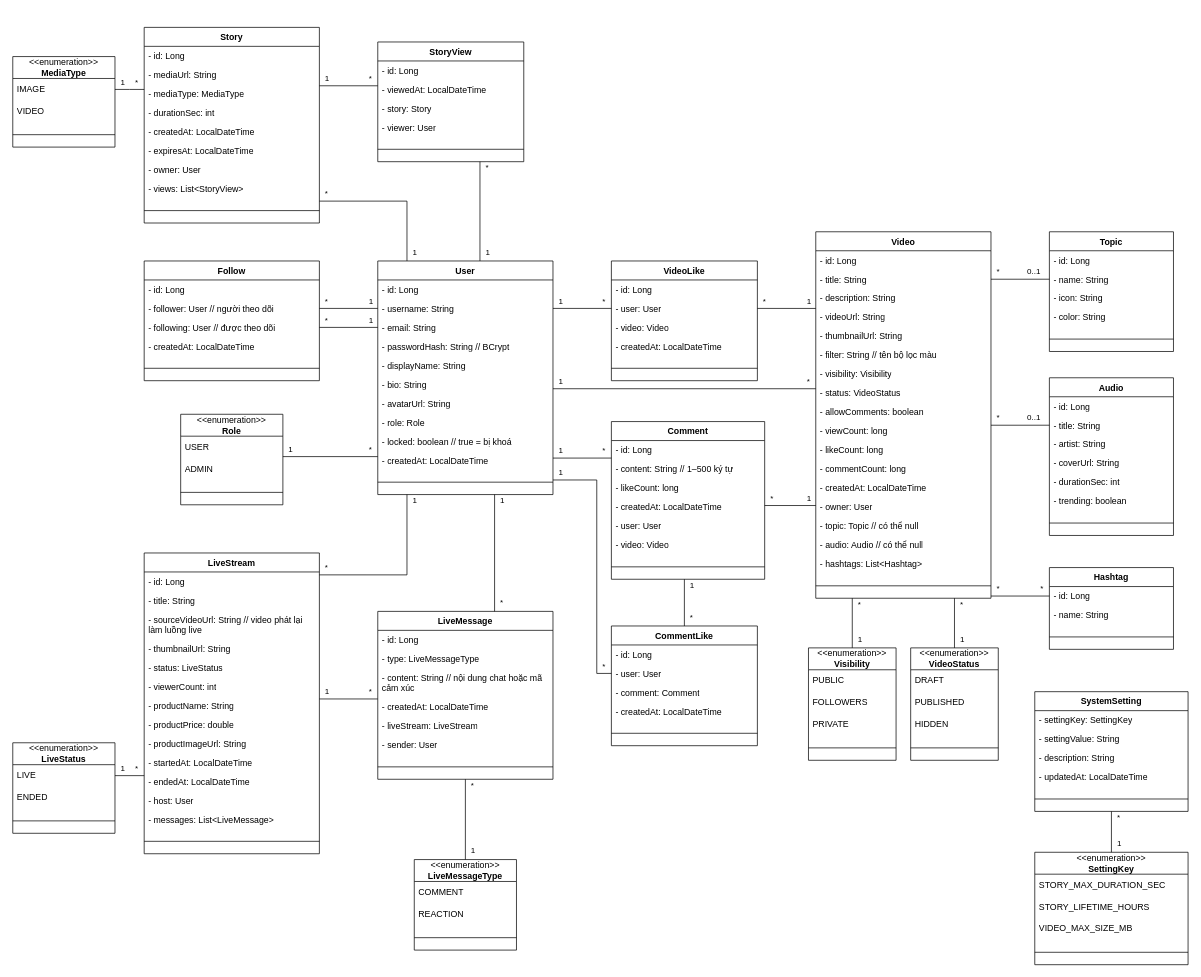
khanh2925/video-sharing-app keeps this draw.io diagram as docs/uml/02_class_domain.drawio. Above is the earlier version. Source tidied: cells renumbered, new cells numbered last; positions are measured from the earlier drawing's top-left corner, leaving out a move shared by most shapes. Both pictures are drawn from the tidied source at 73%, with x=0, y=0 at pixel (12, 27).
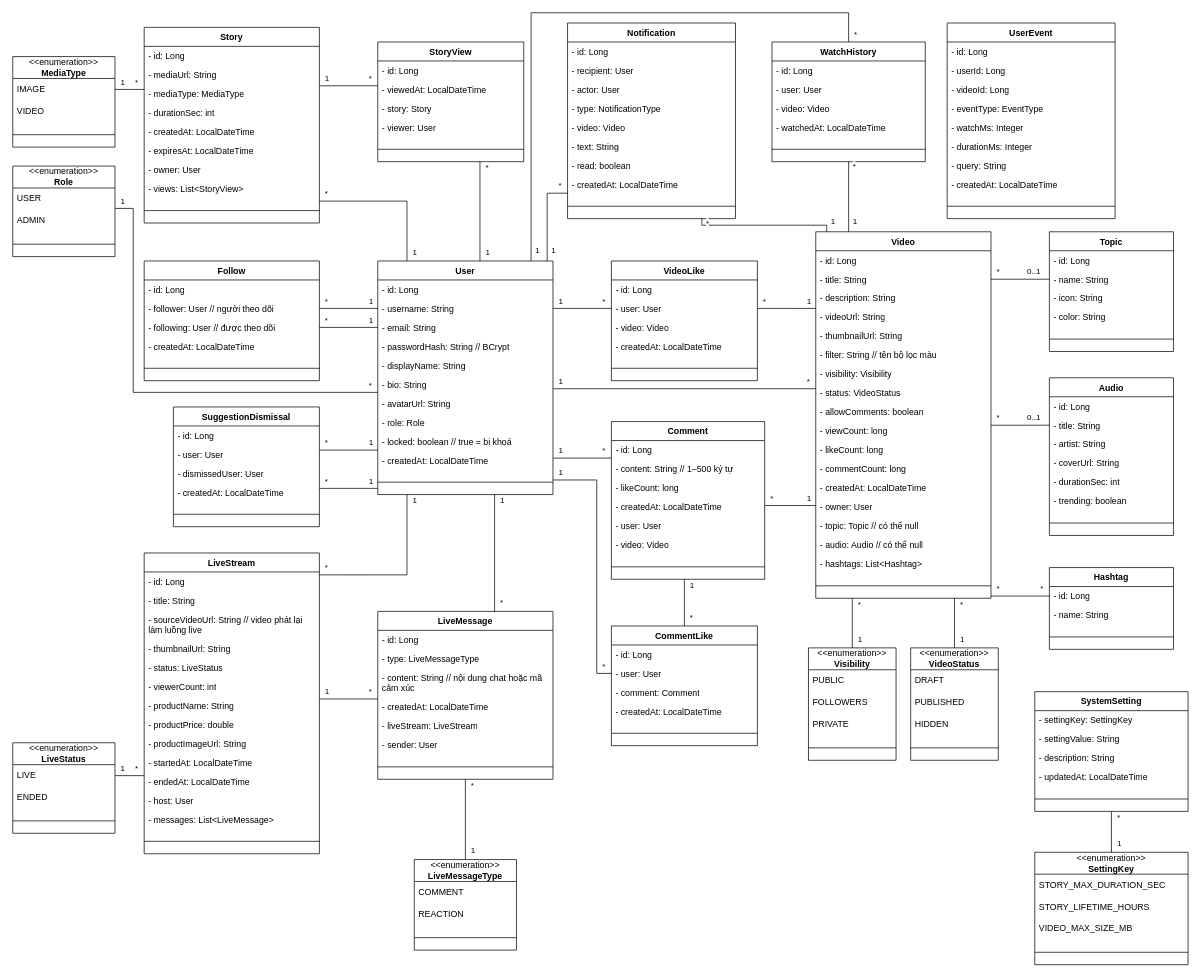
Above is the later version.

Unchanged cells that the change refers to:
```xml
<mxCell id="22" value="User" style="swimlane;fontStyle=1;align=center;verticalAlign=top;horizontal=1;startSize=26;whiteSpace=wrap;html=1;" parent="1" vertex="1">
  <mxGeometry x="500" y="320" width="240" height="320" as="geometry" />
</mxCell>
<mxCell id="64" value="Video" style="swimlane;fontStyle=1;align=center;verticalAlign=top;horizontal=1;startSize=26;whiteSpace=wrap;html=1;" parent="1" vertex="1">
  <mxGeometry x="1100" y="280" width="240" height="502" as="geometry" />
</mxCell>
```

What changed in the source:
```diff
@@
     <mxCell id="40" value="&amp;lt;&amp;lt;enumeration&amp;gt;&amp;gt;&lt;div&gt;&lt;b&gt;Role&lt;/b&gt;&lt;/div&gt;" style="swimlane;fontStyle=0;horizontal=1;startSize=30;whiteSpace=wrap;html=1;" parent="1" vertex="1">
-      <mxGeometry x="230" y="530" width="140" height="124" as="geometry" />
+      <mxGeometry y="190" width="140" height="124" as="geometry" />
     </mxCell>
@@
-    <mxCell id="171" style="endArrow=none;html=1;edgeStyle=orthogonalEdgeStyle;rounded=0;exitX=0.0;exitY=0.8375;exitDx=0;exitDy=0;entryX=1.0;entryY=0.4677;entryDx=0;entryDy=0;" parent="1" edge="1" source="22" target="40">
-      <mxGeometry relative="1" as="geometry" />
+    <mxCell id="171" style="endArrow=none;html=1;edgeStyle=orthogonalEdgeStyle;rounded=0;exitX=0.0;exitY=0.5625;exitDx=0;exitDy=0;entryX=1.0;entryY=0.4677;entryDx=0;entryDy=0;" parent="1" edge="1" source="22" target="40">
+      <mxGeometry relative="1" as="geometry">
+        <Array as="points">
+          <mxPoint x="165" y="500" />
+          <mxPoint x="165" y="248" />
+        </Array>
+      </mxGeometry>
     </mxCell>
@@
+    <mxCell id="228" value="Notification" style="swimlane;fontStyle=1;align=center;verticalAlign=top;horizontal=1;startSize=26;whiteSpace=wrap;html=1;" parent="1" vertex="1">
+      <mxGeometry x="760" y="-6" width="230" height="268" as="geometry" />
+    </mxCell>
+    <mxCell id="229" value="- id: Long" style="text;strokeColor=none;fillColor=none;align=left;verticalAlign=top;spacingLeft=4;spacingRight=4;overflow=hidden;whiteSpace=wrap;html=1;" parent="228" vertex="1">
+      <mxGeometry y="26" width="230" height="26" as="geometry" />
+    </mxCell>
+    <mxCell id="230" value="- recipient: User" style="text;strokeColor=none;fillColor=none;align=left;verticalAlign=top;spacingLeft=4;spacingRight=4;overflow=hidden;whiteSpace=wrap;html=1;" parent="228" vertex="1">
+      <mxGeometry y="52" width="230" height="26" as="geometry" />
+    </mxCell>
+    <mxCell id="231" value="- actor: User" style="text;strokeColor=none;fillColor=none;align=left;verticalAlign=top;spacingLeft=4;spacingRight=4;overflow=hidden;whiteSpace=wrap;html=1;" parent="228" vertex="1">
+      <mxGeometry y="78" width="230" height="26" as="geometry" />
+    </mxCell>
+    <mxCell id="232" value="- type: NotificationType" style="text;strokeColor=none;fillColor=none;align=left;verticalAlign=top;spacingLeft=4;spacingRight=4;overflow=hidden;whiteSpace=wrap;html=1;" parent="228" vertex="1">
+      <mxGeometry y="104" width="230" height="26" as="geometry" />
+    </mxCell>
+    <mxCell id="233" value="- video: Video" style="text;strokeColor=none;fillColor=none;align=left;verticalAlign=top;spacingLeft=4;spacingRight=4;overflow=hidden;whiteSpace=wrap;html=1;" parent="228" vertex="1">
+      <mxGeometry y="130" width="230" height="26" as="geometry" />
+    </mxCell>
+    <mxCell id="234" value="- text: String" style="text;strokeColor=none;fillColor=none;align=left;verticalAlign=top;spacingLeft=4;spacingRight=4;overflow=hidden;whiteSpace=wrap;html=1;" parent="228" vertex="1">
+      <mxGeometry y="156" width="230" height="26" as="geometry" />
+    </mxCell>
+    <mxCell id="235" value="- read: boolean" style="text;strokeColor=none;fillColor=none;align=left;verticalAlign=top;spacingLeft=4;spacingRight=4;overflow=hidden;whiteSpace=wrap;html=1;" parent="228" vertex="1">
+      <mxGeometry y="182" width="230" height="26" as="geometry" />
+    </mxCell>
+    <mxCell id="236" value="- createdAt: LocalDateTime" style="text;strokeColor=none;fillColor=none;align=left;verticalAlign=top;spacingLeft=4;spacingRight=4;overflow=hidden;whiteSpace=wrap;html=1;" parent="228" vertex="1">
+      <mxGeometry y="208" width="230" height="26" as="geometry" />
+    </mxCell>
+    <mxCell id="237" style="line;strokeWidth=1;fillColor=none;align=left;verticalAlign=middle;spacingTop=-1;spacingLeft=3;spacingRight=3;labelPosition=right;strokeColor=inherit;" parent="228" vertex="1">
+      <mxGeometry y="234" width="230" height="34" as="geometry" />
+    </mxCell>
+    <mxCell id="238" value="WatchHistory" style="swimlane;fontStyle=1;align=center;verticalAlign=top;horizontal=1;startSize=26;whiteSpace=wrap;html=1;" parent="1" vertex="1">
+      <mxGeometry x="1040" y="20" width="210" height="164" as="geometry" />
+    </mxCell>
+    <mxCell id="239" value="- id: Long" style="text;strokeColor=none;fillColor=none;align=left;verticalAlign=top;spacingLeft=4;spacingRight=4;overflow=hidden;whiteSpace=wrap;html=1;" parent="238" vertex="1">
+      <mxGeometry y="26" width="210" height="26" as="geometry" />
+    </mxCell>
+    <mxCell id="240" value="- user: User" style="text;strokeColor=none;fillColor=none;align=left;verticalAlign=top;spacingLeft=4;spacingRight=4;overflow=hidden;whiteSpace=wrap;html=1;" parent="238" vertex="1">
+      <mxGeometry y="52" width="210" height="26" as="geometry" />
+    </mxCell>
+    <mxCell id="241" value="- video: Video" style="text;strokeColor=none;fillColor=none;align=left;verticalAlign=top;spacingLeft=4;spacingRight=4;overflow=hidden;whiteSpace=wrap;html=1;" parent="238" vertex="1">
+      <mxGeometry y="78" width="210" height="26" as="geometry" />
+    </mxCell>
+    <mxCell id="242" value="- watchedAt: LocalDateTime" style="text;strokeColor=none;fillColor=none;align=left;verticalAlign=top;spacingLeft=4;spacingRight=4;overflow=hidden;whiteSpace=wrap;html=1;" parent="238" vertex="1">
+      <mxGeometry y="104" width="210" height="26" as="geometry" />
+    </mxCell>
+    <mxCell id="243" style="line;strokeWidth=1;fillColor=none;align=left;verticalAlign=middle;spacingTop=-1;spacingLeft=3;spacingRight=3;labelPosition=right;strokeColor=inherit;" parent="238" vertex="1">
+      <mxGeometry y="130" width="210" height="34" as="geometry" />
+    </mxCell>
+    <mxCell id="244" value="UserEvent" style="swimlane;fontStyle=1;align=center;verticalAlign=top;horizontal=1;startSize=26;whiteSpace=wrap;html=1;" parent="1" vertex="1">
+      <mxGeometry x="1280" y="-6" width="230" height="268" as="geometry" />
+    </mxCell>
+    <mxCell id="245" value="- id: Long" style="text;strokeColor=none;fillColor=none;align=left;verticalAlign=top;spacingLeft=4;spacingRight=4;overflow=hidden;whiteSpace=wrap;html=1;" parent="244" vertex="1">
+      <mxGeometry y="26" width="230" height="26" as="geometry" />
+    </mxCell>
+    <mxCell id="246" value="- userId: Long" style="text;strokeColor=none;fillColor=none;align=left;verticalAlign=top;spacingLeft=4;spacingRight=4;overflow=hidden;whiteSpace=wrap;html=1;" parent="244" vertex="1">
+      <mxGeometry y="52" width="230" height="26" as="geometry" />
+    </mxCell>
+    <mxCell id="247" value="- videoId: Long" style="text;strokeColor=none;fillColor=none;align=left;verticalAlign=top;spacingLeft=4;spacingRight=4;overflow=hidden;whiteSpace=wrap;html=1;" parent="244" vertex="1">
+      <mxGeometry y="78" width="230" height="26" as="geometry" />
+    </mxCell>
+    <mxCell id="248" value="- eventType: EventType" style="text;strokeColor=none;fillColor=none;align=left;verticalAlign=top;spacingLeft=4;spacingRight=4;overflow=hidden;whiteSpace=wrap;html=1;" parent="244" vertex="1">
+      <mxGeometry y="104" width="230" height="26" as="geometry" />
+    </mxCell>
+    <mxCell id="249" value="- watchMs: Integer" style="text;strokeColor=none;fillColor=none;align=left;verticalAlign=top;spacingLeft=4;spacingRight=4;overflow=hidden;whiteSpace=wrap;html=1;" parent="244" vertex="1">
+      <mxGeometry y="130" width="230" height="26" as="geometry" />
+    </mxCell>
+    <mxCell id="250" value="- durationMs: Integer" style="text;strokeColor=none;fillColor=none;align=left;verticalAlign=top;spacingLeft=4;spacingRight=4;overflow=hidden;whiteSpace=wrap;html=1;" parent="244" vertex="1">
+      <mxGeometry y="156" width="230" height="26" as="geometry" />
+    </mxCell>
+    <mxCell id="251" value="- query: String" style="text;strokeColor=none;fillColor=none;align=left;verticalAlign=top;spacingLeft=4;spacingRight=4;overflow=hidden;whiteSpace=wrap;html=1;" parent="244" vertex="1">
+      <mxGeometry y="182" width="230" height="26" as="geometry" />
+    </mxCell>
+    <mxCell id="252" value="- createdAt: LocalDateTime" style="text;strokeColor=none;fillColor=none;align=left;verticalAlign=top;spacingLeft=4;spacingRight=4;overflow=hidden;whiteSpace=wrap;html=1;" parent="244" vertex="1">
+      <mxGeometry y="208" width="230" height="26" as="geometry" />
+    </mxCell>
+    <mxCell id="253" style="line;strokeWidth=1;fillColor=none;align=left;verticalAlign=middle;spacingTop=-1;spacingLeft=3;spacingRight=3;labelPosition=right;strokeColor=inherit;" parent="244" vertex="1">
+      <mxGeometry y="234" width="230" height="34" as="geometry" />
+    </mxCell>
+    <mxCell id="254" style="endArrow=none;html=1;edgeStyle=orthogonalEdgeStyle;rounded=0;exitX=0;exitY=0.87;exitDx=0;exitDy=0;entryX=0.9667;entryY=0;entryDx=0;entryDy=0;" parent="1" edge="1" source="228" target="22">
+      <mxGeometry relative="1" as="geometry">
+        <Array as="points">
+          <mxPoint x="732" y="227" />
+        </Array>
+      </mxGeometry>
+    </mxCell>
+    <mxCell id="255" style="endArrow=none;html=1;edgeStyle=orthogonalEdgeStyle;rounded=0;exitX=0.8;exitY=1;exitDx=0;exitDy=0;entryX=0.0625;entryY=0;entryDx=0;entryDy=0;" parent="1" edge="1" source="228" target="64">
+      <mxGeometry relative="1" as="geometry">
+        <Array as="points">
+          <mxPoint x="944" y="271" />
+          <mxPoint x="1115" y="271" />
+        </Array>
+      </mxGeometry>
+    </mxCell>
+    <mxCell id="256" style="endArrow=none;html=1;edgeStyle=orthogonalEdgeStyle;rounded=0;exitX=0.5;exitY=0;exitDx=0;exitDy=0;entryX=0.8750;entryY=0;entryDx=0;entryDy=0;" parent="1" edge="1" source="238" target="22">
+      <mxGeometry relative="1" as="geometry">
+        <Array as="points">
+          <mxPoint x="1145" y="-20" />
+          <mxPoint x="710" y="-20" />
+        </Array>
+      </mxGeometry>
+    </mxCell>
+    <mxCell id="257" style="endArrow=none;html=1;edgeStyle=orthogonalEdgeStyle;rounded=0;exitX=0.5;exitY=1;exitDx=0;exitDy=0;entryX=0.1875;entryY=0;entryDx=0;entryDy=0;" parent="1" edge="1" source="238" target="64">
+      <mxGeometry relative="1" as="geometry" />
+    </mxCell>
+    <mxCell id="258" value="*" style="edgeLabel;html=1;align=left;verticalAlign=bottom;" parent="254" vertex="1">
+      <mxGeometry x="-1" relative="1" as="geometry">
+        <mxPoint x="-14" y="-2" as="offset" />
+      </mxGeometry>
+    </mxCell>
+    <mxCell id="259" value="1" style="edgeLabel;html=1;align=left;verticalAlign=bottom;" parent="254" vertex="1">
+      <mxGeometry x="1" relative="1" as="geometry">
+        <mxPoint x="4" y="-6" as="offset" />
+      </mxGeometry>
+    </mxCell>
+    <mxCell id="260" value="*" style="edgeLabel;html=1;align=left;verticalAlign=bottom;" parent="255" vertex="1">
+      <mxGeometry x="-1" relative="1" as="geometry">
+        <mxPoint x="4" y="14" as="offset" />
+      </mxGeometry>
+    </mxCell>
+    <mxCell id="261" value="1" style="edgeLabel;html=1;align=left;verticalAlign=bottom;" parent="255" vertex="1">
+      <mxGeometry x="1" relative="1" as="geometry">
+        <mxPoint x="4" y="-6" as="offset" />
+      </mxGeometry>
+    </mxCell>
+    <mxCell id="262" value="*" style="edgeLabel;html=1;align=left;verticalAlign=bottom;" parent="256" vertex="1">
+      <mxGeometry x="-1" relative="1" as="geometry">
+        <mxPoint x="6" y="-2" as="offset" />
+      </mxGeometry>
+    </mxCell>
+    <mxCell id="263" value="1" style="edgeLabel;html=1;align=left;verticalAlign=bottom;" parent="256" vertex="1">
+      <mxGeometry x="1" relative="1" as="geometry">
+        <mxPoint x="4" y="-6" as="offset" />
+      </mxGeometry>
+    </mxCell>
+    <mxCell id="264" value="*" style="edgeLabel;html=1;align=left;verticalAlign=bottom;" parent="257" vertex="1">
+      <mxGeometry x="-1" relative="1" as="geometry">
+        <mxPoint x="4" y="14" as="offset" />
+      </mxGeometry>
+    </mxCell>
+    <mxCell id="265" value="1" style="edgeLabel;html=1;align=left;verticalAlign=bottom;" parent="257" vertex="1">
+      <mxGeometry x="1" relative="1" as="geometry">
+        <mxPoint x="4" y="-6" as="offset" />
+      </mxGeometry>
+    </mxCell>
+    <mxCell id="266" value="SuggestionDismissal" style="swimlane;fontStyle=1;align=center;verticalAlign=top;horizontal=1;startSize=26;whiteSpace=wrap;html=1;" parent="1" vertex="1">
+      <mxGeometry x="220" y="520" width="200" height="164" as="geometry" />
+    </mxCell>
+    <mxCell id="267" value="- id: Long" style="text;strokeColor=none;fillColor=none;align=left;verticalAlign=top;spacingLeft=4;spacingRight=4;overflow=hidden;whiteSpace=wrap;html=1;" parent="266" vertex="1">
+      <mxGeometry y="26" width="200" height="26" as="geometry" />
+    </mxCell>
+    <mxCell id="268" value="- user: User" style="text;strokeColor=none;fillColor=none;align=left;verticalAlign=top;spacingLeft=4;spacingRight=4;overflow=hidden;whiteSpace=wrap;html=1;" parent="266" vertex="1">
+      <mxGeometry y="52" width="200" height="26" as="geometry" />
+    </mxCell>
+    <mxCell id="269" value="- dismissedUser: User" style="text;strokeColor=none;fillColor=none;align=left;verticalAlign=top;spacingLeft=4;spacingRight=4;overflow=hidden;whiteSpace=wrap;html=1;" parent="266" vertex="1">
+      <mxGeometry y="78" width="200" height="26" as="geometry" />
+    </mxCell>
+    <mxCell id="270" value="- createdAt: LocalDateTime" style="text;strokeColor=none;fillColor=none;align=left;verticalAlign=top;spacingLeft=4;spacingRight=4;overflow=hidden;whiteSpace=wrap;html=1;" parent="266" vertex="1">
+      <mxGeometry y="104" width="200" height="26" as="geometry" />
+    </mxCell>
+    <mxCell id="271" style="line;strokeWidth=1;fillColor=none;align=left;verticalAlign=middle;spacingTop=-1;spacingLeft=3;spacingRight=3;labelPosition=right;strokeColor=inherit;" parent="266" vertex="1">
+      <mxGeometry y="130" width="200" height="34" as="geometry" />
+    </mxCell>
+    <mxCell id="272" style="endArrow=none;html=1;edgeStyle=orthogonalEdgeStyle;rounded=0;exitX=1.0;exitY=0.36;exitDx=0;exitDy=0;entryX=0.0;entryY=0.8095;entryDx=0;entryDy=0;" parent="1" edge="1" source="266" target="22">
+      <mxGeometry relative="1" as="geometry" />
+    </mxCell>
+    <mxCell id="273" value="*" style="edgeLabel;html=1;align=left;verticalAlign=bottom;" parent="272" vertex="1">
+      <mxGeometry x="-1" relative="1" as="geometry">
+        <mxPoint x="6" y="-2" as="offset" />
+      </mxGeometry>
+    </mxCell>
+    <mxCell id="274" value="1" style="edgeLabel;html=1;align=left;verticalAlign=bottom;" parent="272" vertex="1">
+      <mxGeometry x="1" relative="1" as="geometry">
+        <mxPoint x="-14" y="-2" as="offset" />
+      </mxGeometry>
+    </mxCell>
+    <mxCell id="275" style="endArrow=none;html=1;edgeStyle=orthogonalEdgeStyle;rounded=0;exitX=1.0;exitY=0.68;exitDx=0;exitDy=0;entryX=0.0;entryY=0.9735;entryDx=0;entryDy=0;" parent="1" edge="1" source="266" target="22">
+      <mxGeometry relative="1" as="geometry" />
+    </mxCell>
+    <mxCell id="276" value="*" style="edgeLabel;html=1;align=left;verticalAlign=bottom;" parent="275" vertex="1">
+      <mxGeometry x="-1" relative="1" as="geometry">
+        <mxPoint x="6" y="-2" as="offset" />
+      </mxGeometry>
+    </mxCell>
+    <mxCell id="277" value="1" style="edgeLabel;html=1;align=left;verticalAlign=bottom;" parent="275" vertex="1">
+      <mxGeometry x="1" relative="1" as="geometry">
+        <mxPoint x="-14" y="-2" as="offset" />
+      </mxGeometry>
+    </mxCell>
```
